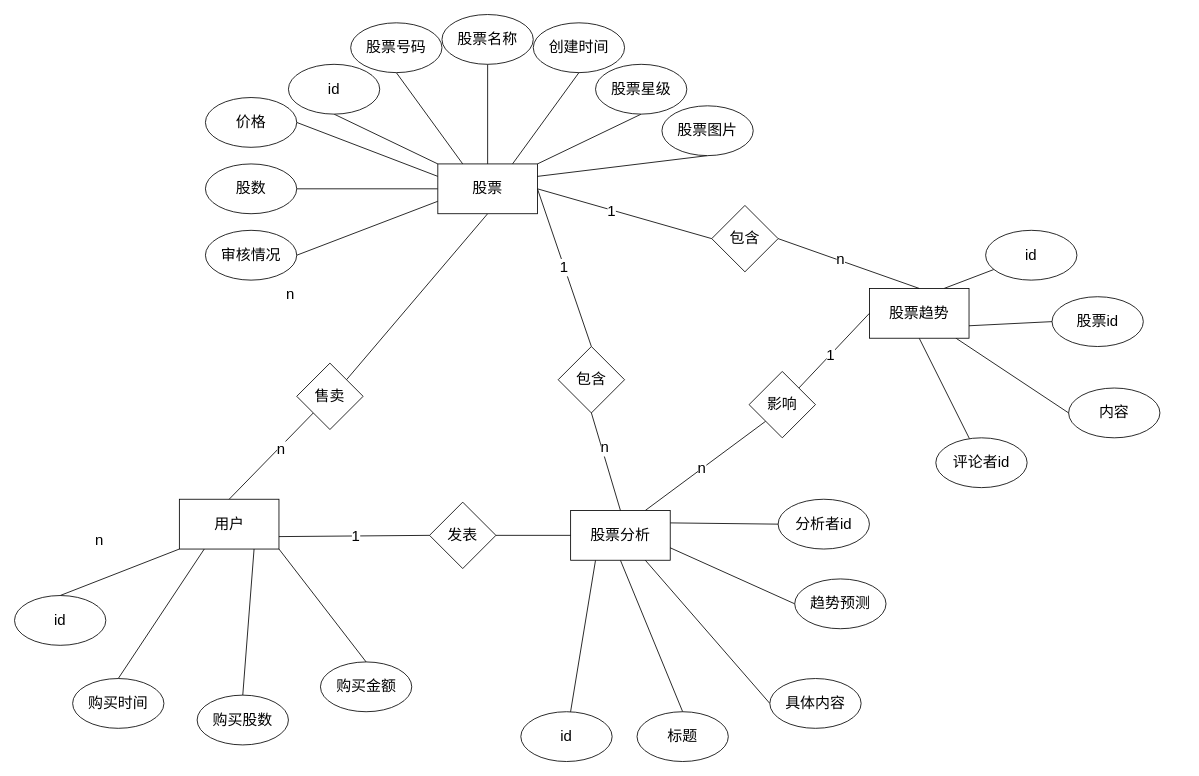
The draw.io diagram 金融/股票管理er.drawio in eamonyuuzen/diagrams, before the edit. Source tidied: cells renumbered, new cells numbered last; positions are measured from the earlier drawing's top-left corner, leaving out a move shared by most shapes. Both pictures are drawn from the tidied source at 83%, with x=0, y=0 at pixel (14, 14).
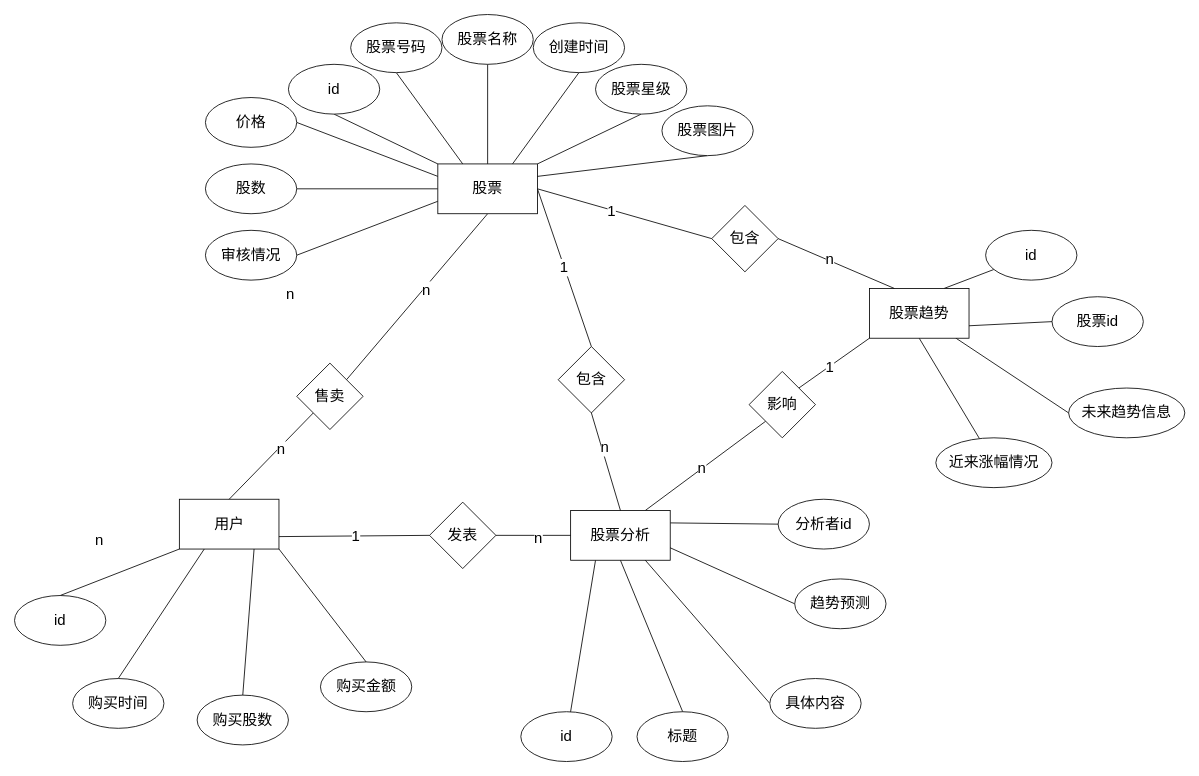
The same page after the edit.

Commit message (it also covers changes not shown here):
更新股票管理er.drawio

The change refers to these unchanged cells:
```xml
<mxCell id="4" style="rounded=0;jettySize=auto;html=1;exitX=0.5;exitY=1;exitDx=0;exitDy=0;entryX=1;entryY=0;entryDx=0;entryDy=0;fontSize=18;endArrow=none;endFill=0;" parent="1" edge="1" target="20">
  <mxGeometry relative="1" as="geometry">
    <mxPoint x="570" y="240" as="sourcePoint" />
  </mxGeometry>
</mxCell>
<mxCell id="21" value="包含" style="rhombus;whiteSpace=wrap;html=1;fontSize=18;" parent="1" vertex="1">
  <mxGeometry x="840" y="230" width="80" height="80" as="geometry" />
</mxCell>
<mxCell id="58" value="股票趋势" style="rounded=0;whiteSpace=wrap;html=1;fontStyle=0;fontSize=18;" parent="1" vertex="1">
  <mxGeometry x="1030" y="330" width="120" height="60" as="geometry" />
</mxCell>
<mxCell id="65" style="rounded=0;jettySize=auto;html=1;exitX=1;exitY=0.5;exitDx=0;exitDy=0;entryX=0;entryY=0.5;entryDx=0;entryDy=0;fontSize=18;endArrow=none;endFill=0;" parent="1" edge="1" source="67" target="13">
  <mxGeometry relative="1" as="geometry" />
</mxCell>
<mxCell id="72" value="影响" style="rhombus;whiteSpace=wrap;html=1;fontSize=18;" parent="1" vertex="1">
  <mxGeometry x="885" y="430" width="80" height="80" as="geometry" />
</mxCell>
```

What changed in the source:
```diff
@@
+    <mxCell id="75" value="n" style="edgeLabel;html=1;align=center;verticalAlign=middle;fontSize=18;" parent="4" vertex="1">
+      <mxGeometry x="-0.1" y="3" relative="1" as="geometry" />
+    </mxCell>
@@
-    <mxCell id="59" style="rounded=0;jettySize=auto;html=1;exitX=1;exitY=0.5;exitDx=0;exitDy=0;entryX=0.5;entryY=0;entryDx=0;entryDy=0;fontSize=18;endArrow=none;endFill=0;" parent="1" edge="1" source="21" target="58">
-      <mxGeometry relative="1" as="geometry" />
+    <mxCell id="59" style="rounded=0;jettySize=auto;html=1;exitX=1;exitY=0.5;exitDx=0;exitDy=0;fontSize=18;endArrow=none;endFill=0;" parent="1" edge="1" source="21">
+      <mxGeometry relative="1" as="geometry">
+        <mxPoint x="1060" y="330" as="targetPoint" />
+      </mxGeometry>
     </mxCell>
@@
-    <mxCell id="62" value="内容" style="ellipse;whiteSpace=wrap;html=1;fontStyle=0;fontSize=18;" parent="1" vertex="1">
-      <mxGeometry x="1270" y="450" width="110" height="60" as="geometry" />
+    <mxCell id="62" value="未来趋势信息" style="ellipse;whiteSpace=wrap;html=1;fontStyle=0;fontSize=18;" parent="1" vertex="1">
+      <mxGeometry x="1270" y="450" width="140" height="60" as="geometry" />
     </mxCell>
@@
-    <mxCell id="64" value="评论者id" style="ellipse;whiteSpace=wrap;html=1;fontStyle=0;fontSize=18;" parent="1" vertex="1">
-      <mxGeometry x="1110" y="510" width="110" height="60" as="geometry" />
+    <mxCell id="64" value="近来涨幅情况" style="ellipse;whiteSpace=wrap;html=1;fontStyle=0;fontSize=18;" parent="1" vertex="1">
+      <mxGeometry x="1110" y="510" width="140" height="60" as="geometry" />
     </mxCell>
@@
+    <mxCell id="76" value="n" style="edgeLabel;html=1;align=center;verticalAlign=middle;fontSize=18;" parent="65" vertex="1">
+      <mxGeometry x="0.09" y="-3" relative="1" as="geometry">
+        <mxPoint x="1" as="offset" />
+      </mxGeometry>
+    </mxCell>
@@
-    <mxCell id="70" style="rounded=0;jettySize=auto;html=1;exitX=1;exitY=0;exitDx=0;exitDy=0;entryX=0;entryY=0.5;entryDx=0;entryDy=0;fontSize=18;endArrow=none;endFill=0;" parent="1" edge="1" source="72" target="58">
+    <mxCell id="70" style="rounded=0;jettySize=auto;html=1;exitX=1;exitY=0;exitDx=0;exitDy=0;entryX=0;entryY=1;entryDx=0;entryDy=0;fontSize=18;endArrow=none;endFill=0;" parent="1" edge="1" source="72" target="58">
       <mxGeometry relative="1" as="geometry" />
     </mxCell>
```
